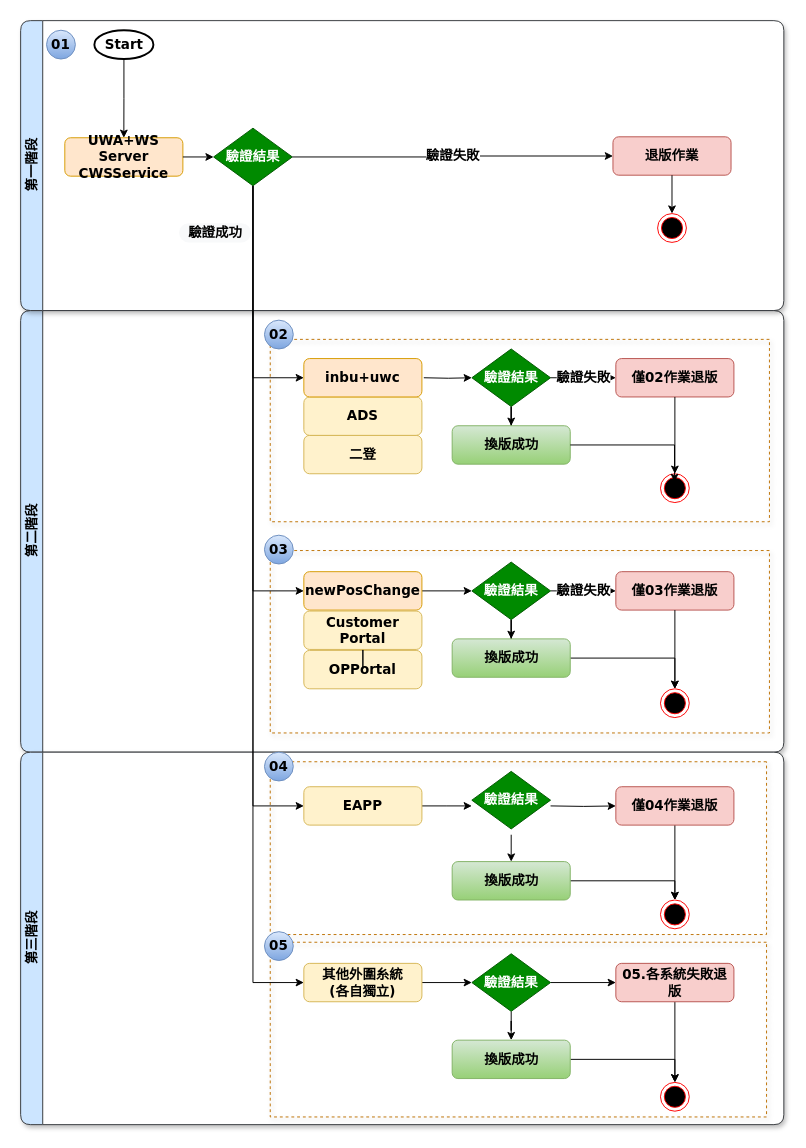
Earlier version of the draw.io diagram 未命名绘图.drawio (chenegg/chenegg.github.io). Source tidied: cells renumbered, new cells numbered last; positions are measured from the earlier drawing's top-left corner, leaving out a move shared by most shapes. Both pictures are drawn from the tidied source at 96%, with x=0, y=0 at pixel (20, 20).
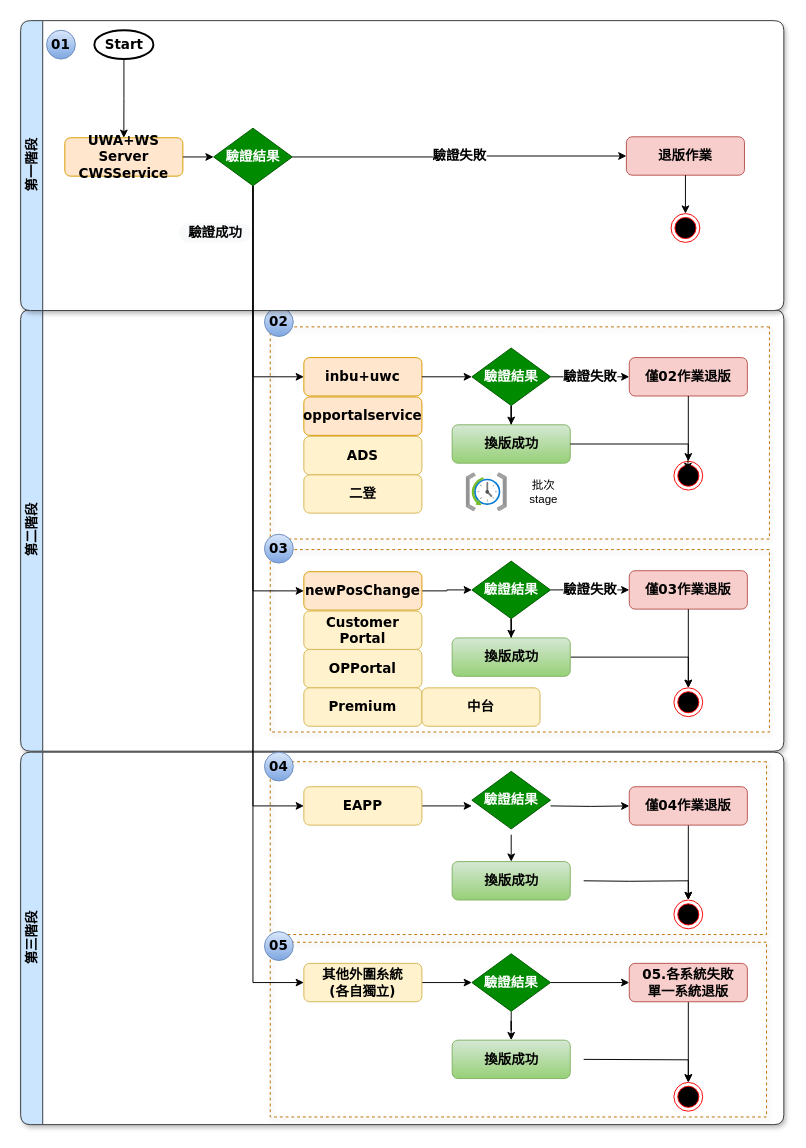
Above is the later version.

Commit message:
更新未命名绘图.drawio

Unchanged cells that the change refers to:
```xml
<mxCell id="8" value="驗證結果" style="rhombus;whiteSpace=wrap;html=1;fillColor=#008a00;fontColor=#ffffff;strokeColor=#005700;fontFamily=Verdana;fontSize=14;fontStyle=1;" parent="2" vertex="1">
  <mxGeometry x="470" y="40" width="82" height="60" as="geometry" />
</mxCell>
<mxCell id="12" value="&lt;div style=&quot;text-align: left; font-size: 14px;&quot;&gt;&lt;span style=&quot;background-color: initial; font-size: 14px;&quot;&gt;OPPortal&lt;/span&gt;&lt;/div&gt;" style="rounded=1;whiteSpace=wrap;html=1;fontSize=14;glass=0;strokeWidth=1;shadow=0;fillColor=#fff2cc;strokeColor=#d6b656;fontFamily=Verdana;fontStyle=1;" parent="2" vertex="1">
  <mxGeometry x="295" y="354" width="123" height="40" as="geometry" />
</mxCell>
<mxCell id="16" value="換版成功" style="rounded=1;whiteSpace=wrap;html=1;fontSize=14;glass=0;strokeWidth=1;shadow=0;fontFamily=Verdana;fillColor=#d5e8d4;gradientColor=#97d077;strokeColor=#82b366;fontStyle=1;" parent="2" vertex="1">
  <mxGeometry x="449.5" y="120" width="123" height="40" as="geometry" />
</mxCell>
<mxCell id="18" value="換版成功" style="rounded=1;whiteSpace=wrap;html=1;fontSize=14;glass=0;strokeWidth=1;shadow=0;fontFamily=Verdana;fillColor=#d5e8d4;gradientColor=#97d077;strokeColor=#82b366;fontStyle=1;" parent="2" vertex="1">
  <mxGeometry x="449.5" y="342" width="123" height="40" as="geometry" />
</mxCell>
<mxCell id="22" style="swimlane;startSize=0;dashed=1;shadow=1;rounded=1;fillColor=#f0a30a;fontColor=#000000;strokeColor=#BD7000;fontFamily=Verdana;fontSize=14;fontStyle=1;" parent="2" vertex="1">
  <mxGeometry x="260" y="250" width="520" height="190" as="geometry" />
</mxCell>
<mxCell id="26" value="第三階段" style="swimlane;horizontal=0;whiteSpace=wrap;html=1;rounded=1;shadow=1;fillColor=#cce5ff;strokeColor=#36393d;swimlaneFillColor=default;fontFamily=Verdana;fontSize=14;fontStyle=1;" parent="1" vertex="1">
  <mxGeometry y="762" width="795" height="388" as="geometry" />
</mxCell>
<mxCell id="35" value="換版成功" style="rounded=1;whiteSpace=wrap;html=1;fontSize=14;glass=0;strokeWidth=1;shadow=0;fontFamily=Verdana;fillColor=#d5e8d4;gradientColor=#97d077;strokeColor=#82b366;fontStyle=1;" parent="26" vertex="1">
  <mxGeometry x="449.5" y="114" width="123" height="40" as="geometry" />
</mxCell>
<mxCell id="40" value="換版成功" style="rounded=1;whiteSpace=wrap;html=1;fontSize=14;glass=0;strokeWidth=1;shadow=0;fontFamily=Verdana;fillColor=#d5e8d4;gradientColor=#97d077;strokeColor=#82b366;fontStyle=1;" parent="26" vertex="1">
  <mxGeometry x="449.5" y="300" width="123" height="40" as="geometry" />
</mxCell>
<mxCell id="44" style="swimlane;startSize=0;dashed=1;shadow=1;rounded=1;fillColor=#f0a30a;fontColor=#000000;strokeColor=#BD7000;fontFamily=Verdana;fontSize=14;fontStyle=1;" parent="26" vertex="1">
  <mxGeometry x="260" y="10" width="517" height="180" as="geometry" />
</mxCell>
<mxCell id="49" value="第一階段" style="swimlane;horizontal=0;whiteSpace=wrap;html=1;rounded=1;shadow=1;fillColor=#cce5ff;strokeColor=#36393d;swimlaneFillColor=default;fontFamily=Verdana;fontSize=14;fontStyle=1;" parent="1" vertex="1">
  <mxGeometry width="795" height="302" as="geometry" />
</mxCell>
<mxCell id="70" value="&lt;span style=&quot;text-align: left; font-size: 14px;&quot;&gt;Customer Portal&lt;/span&gt;" style="rounded=1;whiteSpace=wrap;html=1;fontSize=14;glass=0;strokeWidth=1;shadow=0;fillColor=#fff2cc;strokeColor=#d6b656;fontFamily=Verdana;fontStyle=1;" parent="1" vertex="1">
  <mxGeometry x="295" y="615" width="123" height="40" as="geometry" />
</mxCell>
```

What changed in the source:
```diff
@@
     <mxCell id="2" value="第二階段" style="swimlane;horizontal=0;whiteSpace=wrap;html=1;rounded=1;shadow=1;fillColor=#cce5ff;strokeColor=#36393d;swimlaneFillColor=default;fontFamily=Verdana;fontSize=14;fontStyle=1;" parent="1" vertex="1">
-      <mxGeometry y="302" width="795" height="460" as="geometry" />
+      <mxGeometry y="301" width="795" height="460" as="geometry" />
     </mxCell>
     <mxCell id="3" value="僅03作業退版" style="rounded=1;whiteSpace=wrap;html=1;fontSize=14;glass=0;strokeWidth=1;shadow=0;fillColor=#f8cecc;strokeColor=#b85450;fontFamily=Verdana;fontStyle=1;" parent="2" vertex="1">
-      <mxGeometry x="620" y="272" width="123" height="40" as="geometry" />
+      <mxGeometry x="634" y="272" width="123" height="40" as="geometry" />
     </mxCell>
@@
     <mxCell id="5" value="二登" style="rounded=1;whiteSpace=wrap;html=1;fontSize=14;glass=0;strokeWidth=1;shadow=0;fillColor=#fff2cc;strokeColor=#d6b656;fontFamily=Verdana;fontStyle=1;" parent="2" vertex="1">
-      <mxGeometry x="295" y="130" width="123" height="40" as="geometry" />
+      <mxGeometry x="295" y="172" width="123" height="40" as="geometry" />
     </mxCell>
     <mxCell id="6" value="ADS" style="rounded=1;whiteSpace=wrap;html=1;fontSize=14;glass=0;strokeWidth=1;shadow=0;fillColor=#fff2cc;strokeColor=#d6b656;fontFamily=Verdana;fontStyle=1;" parent="2" vertex="1">
-      <mxGeometry x="295" y="90" width="123" height="40" as="geometry" />
+      <mxGeometry x="295" y="132" width="123" height="40" as="geometry" />
     </mxCell>
@@
     <mxCell id="9" value="僅02作業退版" style="rounded=1;whiteSpace=wrap;html=1;fontSize=14;glass=0;strokeWidth=1;shadow=0;fillColor=#f8cecc;strokeColor=#b85450;fontFamily=Verdana;fontStyle=1;" parent="2" vertex="1">
-      <mxGeometry x="620" y="50" width="123" height="40" as="geometry" />
+      <mxGeometry x="634" y="50" width="123" height="40" as="geometry" />
     </mxCell>
@@
-    <mxCell id="17" style="edgeStyle=orthogonalEdgeStyle;rounded=0;jettySize=auto;html=1;entryX=0.5;entryY=0;entryDx=0;entryDy=0;fontFamily=Verdana;fontSize=14;fontStyle=1;" parent="2" edge="1" source="18" target="23">
+    <mxCell id="17" style="edgeStyle=orthogonalEdgeStyle;rounded=0;jettySize=auto;html=1;entryX=0.5;entryY=0;entryDx=0;entryDy=0;fontFamily=Verdana;fontSize=14;fontStyle=1;exitX=1;exitY=0.5;exitDx=0;exitDy=0;" parent="2" edge="1" source="18" target="23">
       <mxGeometry relative="1" as="geometry" />
     </mxCell>
@@
     <mxCell id="19" style="swimlane;startSize=0;dashed=1;shadow=1;rounded=1;fillColor=#f0a30a;fontColor=#000000;strokeColor=#BD7000;swimlaneFillColor=none;fontFamily=Verdana;fontSize=14;fontStyle=1;" parent="2" vertex="1">
-      <mxGeometry x="260" y="30" width="520" height="190" as="geometry" />
+      <mxGeometry x="260" y="18" width="520" height="221" as="geometry" />
     </mxCell>
     <mxCell id="20" style="ellipse;html=1;shape=endState;fillColor=#000000;strokeColor=#ff0000;fontFamily=Verdana;fontSize=14;fontStyle=1;" parent="19" vertex="1">
-      <mxGeometry x="406.5" y="140" width="30" height="30" as="geometry" />
+      <mxGeometry x="420.5" y="140" width="30" height="30" as="geometry" />
     </mxCell>
@@
+    <mxCell id="73" value="&lt;span&gt;opportalservice&lt;/span&gt;" style="rounded=1;whiteSpace=wrap;html=1;fontSize=14;glass=0;strokeWidth=1;shadow=0;fillColor=#ffe6cc;strokeColor=#d79b00;fontFamily=Verdana;fontStyle=1;" parent="19" vertex="1">
+      <mxGeometry x="35" y="73" width="123" height="40" as="geometry" />
+    </mxCell>
+    <mxCell id="74" style="image;html=1;align=center;fontSize=12;image=img/lib/azure2/management_governance/Scheduler_Job_Collections.svg;" parent="19" vertex="1">
+      <mxGeometry x="204" y="152" width="43" height="40.5" as="geometry" />
+    </mxCell>
+    <mxCell id="75" value="批次&lt;div&gt;stage&lt;/div&gt;" style="text;html=1;align=center;verticalAlign=middle;whiteSpace=wrap;rounded=0;" parent="19" vertex="1">
+      <mxGeometry x="255" y="157.2" width="60" height="30" as="geometry" />
+    </mxCell>
@@
     <mxCell id="23" style="ellipse;html=1;shape=endState;fillColor=#000000;strokeColor=#ff0000;fontFamily=Verdana;fontSize=14;fontStyle=1;" parent="22" vertex="1">
-      <mxGeometry x="406.5" y="144" width="30" height="30" as="geometry" />
+      <mxGeometry x="420.5" y="144" width="30" height="30" as="geometry" />
     </mxCell>
@@
+    <mxCell id="76" value="&lt;div style=&quot;text-align: left;&quot;&gt;Premium&lt;/div&gt;" style="rounded=1;whiteSpace=wrap;html=1;fontSize=14;glass=0;strokeWidth=1;shadow=0;fillColor=#fff2cc;strokeColor=#d6b656;fontFamily=Verdana;fontStyle=1;" parent="22" vertex="1">
+      <mxGeometry x="35" y="144" width="123" height="40" as="geometry" />
+    </mxCell>
+    <mxCell id="77" value="&lt;div style=&quot;text-align: left;&quot;&gt;中台&lt;/div&gt;" style="rounded=1;whiteSpace=wrap;html=1;fontSize=14;glass=0;strokeWidth=1;shadow=0;fillColor=#fff2cc;strokeColor=#d6b656;fontFamily=Verdana;fontStyle=1;" parent="22" vertex="1">
+      <mxGeometry x="158" y="144" width="123" height="40" as="geometry" />
+    </mxCell>
-    <mxCell id="25" style="edgeStyle=orthogonalEdgeStyle;rounded=0;jettySize=auto;html=1;entryX=0.488;entryY=0.284;entryDx=0;entryDy=0;entryPerimeter=0;fontFamily=Verdana;fontSize=14;fontStyle=1;" parent="2" edge="1" source="16" target="20">
-      <mxGeometry relative="1" as="geometry" />
+    <mxCell id="25" style="edgeStyle=orthogonalEdgeStyle;rounded=0;jettySize=auto;html=1;fontFamily=Verdana;fontSize=14;fontStyle=1;exitX=1;exitY=0.5;exitDx=0;exitDy=0;" parent="2" edge="1" source="16">
+      <mxGeometry relative="1" as="geometry">
+        <mxPoint x="695" y="168" as="targetPoint" />
+      </mxGeometry>
     </mxCell>
@@
     <mxCell id="28" value="僅04作業退版" style="rounded=1;whiteSpace=wrap;html=1;fontSize=14;glass=0;strokeWidth=1;shadow=0;fillColor=#f8cecc;strokeColor=#b85450;fontFamily=Verdana;fontStyle=1;" parent="26" vertex="1">
-      <mxGeometry x="620" y="36" width="123" height="40" as="geometry" />
+      <mxGeometry x="634" y="36" width="123" height="40" as="geometry" />
     </mxCell>
@@
-    <mxCell id="34" style="edgeStyle=orthogonalEdgeStyle;rounded=0;jettySize=auto;html=1;entryX=0.5;entryY=0;entryDx=0;entryDy=0;fontFamily=Verdana;fontSize=14;fontStyle=1;" parent="26" edge="1" source="35" target="45">
-      <mxGeometry relative="1" as="geometry" />
+    <mxCell id="34" style="edgeStyle=orthogonalEdgeStyle;rounded=0;jettySize=auto;html=1;entryX=0.5;entryY=0;entryDx=0;entryDy=0;fontFamily=Verdana;fontSize=14;fontStyle=1;" parent="26" edge="1" target="45">
+      <mxGeometry relative="1" as="geometry">
+        <mxPoint x="586.5" y="134" as="sourcePoint" />
+      </mxGeometry>
     </mxCell>
@@
-    <mxCell id="39" style="edgeStyle=orthogonalEdgeStyle;rounded=0;jettySize=auto;html=1;entryX=0.5;entryY=0;entryDx=0;entryDy=0;fontFamily=Verdana;fontSize=14;fontStyle=1;" parent="26" edge="1" source="40" target="43">
-      <mxGeometry relative="1" as="geometry" />
+    <mxCell id="39" style="edgeStyle=orthogonalEdgeStyle;rounded=0;jettySize=auto;html=1;entryX=0.5;entryY=0;entryDx=0;entryDy=0;fontFamily=Verdana;fontSize=14;fontStyle=1;" parent="26" edge="1" target="43">
+      <mxGeometry relative="1" as="geometry">
+        <mxPoint x="586.5" y="320" as="sourcePoint" />
+      </mxGeometry>
     </mxCell>
@@
-    <mxCell id="42" value="05.各系統失敗退版" style="rounded=1;whiteSpace=wrap;html=1;fontSize=14;glass=0;strokeWidth=1;shadow=0;fillColor=#f8cecc;strokeColor=#b85450;fontFamily=Verdana;fontStyle=1;" parent="26" vertex="1">
-      <mxGeometry x="620" y="220" width="123" height="40" as="geometry" />
+    <mxCell id="42" value="05.各系統失敗&lt;div&gt;單一系統退版&lt;/div&gt;" style="rounded=1;whiteSpace=wrap;html=1;fontSize=14;glass=0;strokeWidth=1;shadow=0;fillColor=#f8cecc;strokeColor=#b85450;fontFamily=Verdana;fontStyle=1;" parent="26" vertex="1">
+      <mxGeometry x="634" y="220" width="123" height="40" as="geometry" />
     </mxCell>
     <mxCell id="43" style="ellipse;html=1;shape=endState;fillColor=#000000;strokeColor=#ff0000;fontFamily=Verdana;fontSize=14;fontStyle=1;" parent="26" vertex="1">
-      <mxGeometry x="666.5" y="344" width="30" height="30" as="geometry" />
+      <mxGeometry x="680.5" y="344" width="30" height="30" as="geometry" />
     </mxCell>
@@
     <mxCell id="45" style="ellipse;html=1;shape=endState;fillColor=#000000;strokeColor=#ff0000;fontFamily=Verdana;fontSize=14;fontStyle=1;" parent="44" vertex="1">
-      <mxGeometry x="406.5" y="144" width="30" height="30" as="geometry" />
+      <mxGeometry x="420.5" y="144" width="30" height="30" as="geometry" />
     </mxCell>
@@
     <mxCell id="50" value="退版作業" style="rounded=1;whiteSpace=wrap;html=1;fontSize=14;glass=0;strokeWidth=1;shadow=0;fillColor=#f8cecc;strokeColor=#b85450;fontFamily=Verdana;fontStyle=1;" parent="49" vertex="1">
-      <mxGeometry x="617" y="121" width="123" height="40" as="geometry" />
+      <mxGeometry x="631" y="121" width="123" height="40" as="geometry" />
     </mxCell>
     <mxCell id="51" style="ellipse;html=1;shape=endState;fillColor=#000000;strokeColor=#ff0000;fontFamily=Verdana;fontSize=14;fontStyle=1;" parent="49" vertex="1">
-      <mxGeometry x="663.5" y="201" width="30" height="30" as="geometry" />
+      <mxGeometry x="677.5" y="201" width="30" height="30" as="geometry" />
     </mxCell>
@@
     <mxCell id="61" value="inbu+uwc" style="rounded=1;whiteSpace=wrap;html=1;fontSize=14;glass=0;strokeWidth=1;shadow=0;fillColor=#ffe6cc;strokeColor=#d79b00;fontFamily=Verdana;fontStyle=1;" parent="1" vertex="1">
-      <mxGeometry x="295" y="352" width="123" height="40" as="geometry" />
+      <mxGeometry x="295" y="351" width="123" height="40" as="geometry" />
     </mxCell>
@@
-    <mxCell id="69" style="edgeStyle=orthogonalEdgeStyle;rounded=0;jettySize=auto;html=1;fontFamily=Verdana;fontSize=14;fontStyle=1;" parent="1" edge="1" source="70" target="12">
-      <mxGeometry relative="1" as="geometry" />
-    </mxCell>
@@
-    <mxCell id="71" style="edgeStyle=orthogonalEdgeStyle;rounded=0;jettySize=auto;html=1;fontFamily=Verdana;fontSize=14;fontStyle=1;" parent="1" edge="1" target="8">
-      <mxGeometry relative="1" as="geometry">
-        <mxPoint x="420" y="372" as="sourcePoint" />
-      </mxGeometry>
+    <mxCell id="71" style="edgeStyle=orthogonalEdgeStyle;rounded=0;jettySize=auto;html=1;fontFamily=Verdana;fontSize=14;fontStyle=1;exitX=1;exitY=0.5;exitDx=0;exitDy=0;" parent="1" edge="1" source="61" target="8">
+      <mxGeometry relative="1" as="geometry" />
     </mxCell>
```
